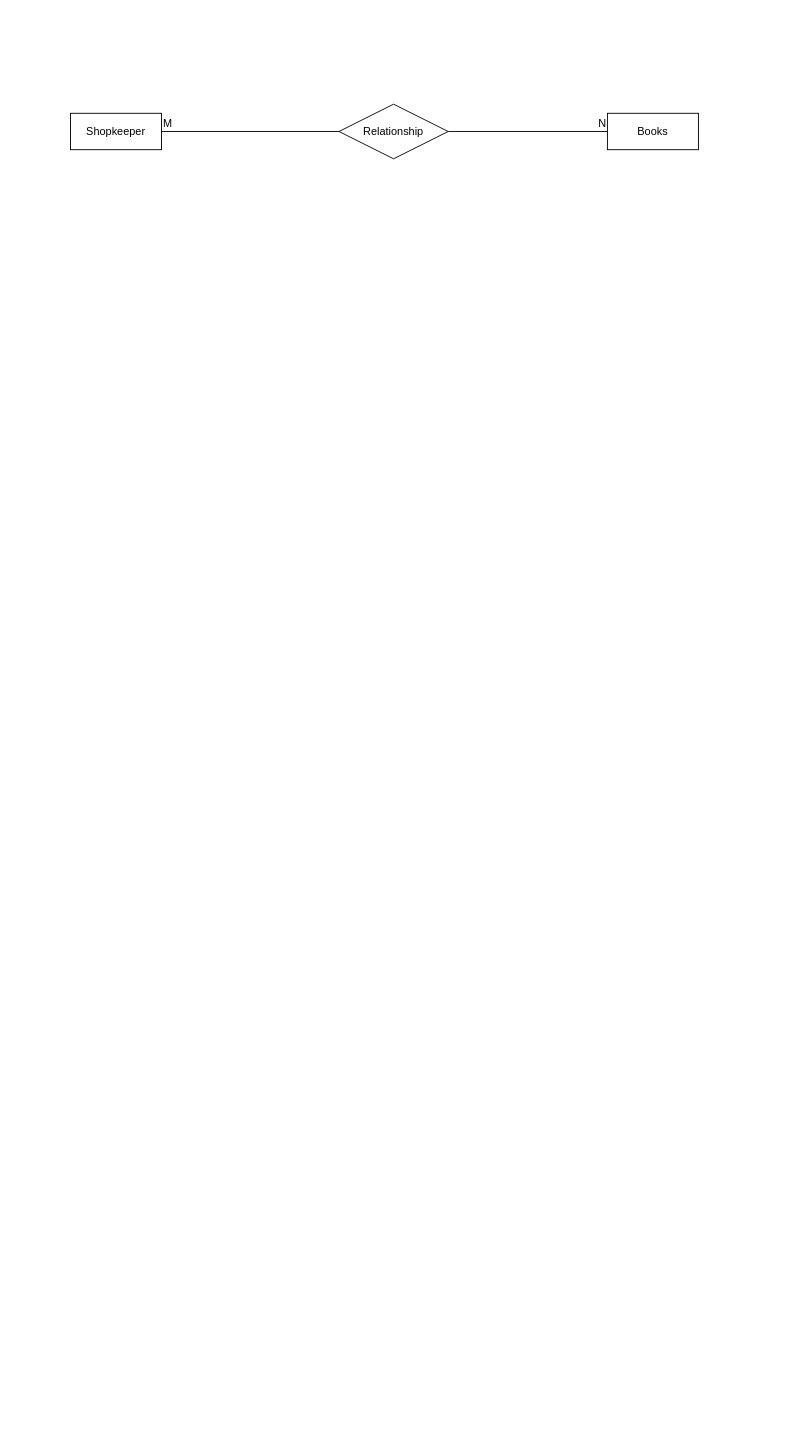
Before: Untitled Diagram.drawio in dhy-ani/dbms, a draw.io diagram. Source tidied: cells renumbered, new cells numbered last; positions are measured from the earlier drawing's top-left corner, leaving out a move shared by most shapes. Both pictures are drawn from the tidied source at 91%, with x=0, y=0 at pixel (70, 104).
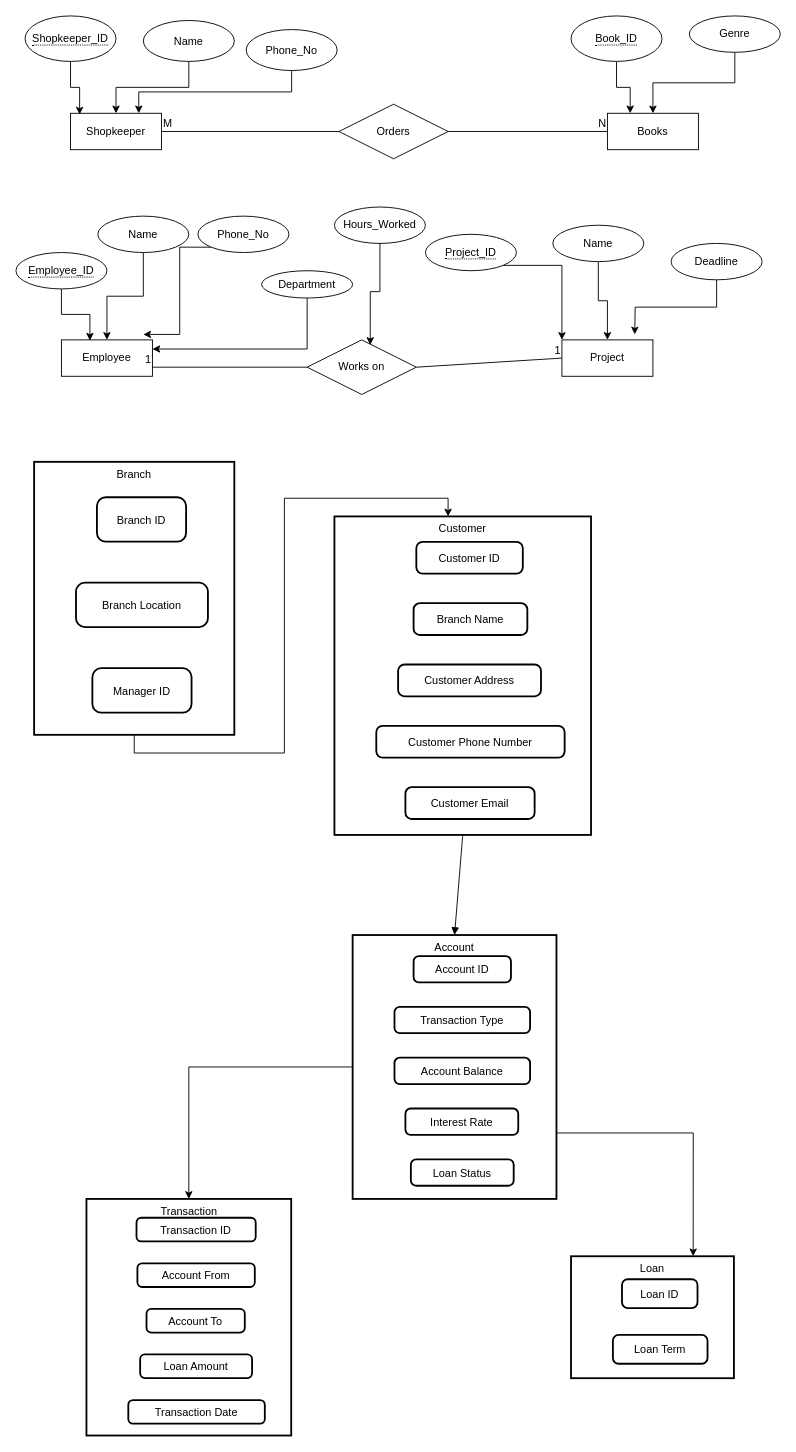
Above is the later version.

Unchanged cells that the change refers to:
```xml
<mxCell id="2" value="Shopkeeper" style="whiteSpace=wrap;html=1;align=center;" parent="1" vertex="1">
  <mxGeometry y="10" width="100" height="40" as="geometry" />
</mxCell>
<mxCell id="3" value="Books" style="whiteSpace=wrap;html=1;align=center;" parent="1" vertex="1">
  <mxGeometry x="590" y="10" width="100" height="40" as="geometry" />
</mxCell>
```

The edit, as a diff of the source:
```diff
@@
-    <mxCell id="8" value="Relationship" style="shape=rhombus;perimeter=rhombusPerimeter;whiteSpace=wrap;html=1;align=center;" parent="1" vertex="1">
+    <mxCell id="8" value="Orders" style="shape=rhombus;perimeter=rhombusPerimeter;whiteSpace=wrap;html=1;align=center;" parent="1" vertex="1">
       <mxGeometry x="295" width="120" height="60" as="geometry" />
     </mxCell>
+    <mxCell id="9" value="&lt;span style=&quot;border-bottom: 1px dotted&quot;&gt;Shopkeeper_ID&lt;/span&gt;" style="ellipse;whiteSpace=wrap;html=1;align=center;" parent="1" vertex="1">
+      <mxGeometry x="-50" y="-97" width="100" height="50" as="geometry" />
+    </mxCell>
+    <mxCell id="10" style="edgeStyle=orthogonalEdgeStyle;rounded=0;jettySize=auto;html=1;exitX=0.5;exitY=1;exitDx=0;exitDy=0;entryX=0.1;entryY=0.035;entryDx=0;entryDy=0;entryPerimeter=0;" parent="1" edge="1" source="9" target="2">
+      <mxGeometry relative="1" as="geometry" />
+    </mxCell>
+    <mxCell id="11" style="edgeStyle=orthogonalEdgeStyle;rounded=0;jettySize=auto;html=1;exitX=0.5;exitY=1;exitDx=0;exitDy=0;entryX=0.25;entryY=0;entryDx=0;entryDy=0;" parent="1" edge="1" source="12" target="3">
+      <mxGeometry relative="1" as="geometry" />
+    </mxCell>
+    <mxCell id="12" value="&lt;span style=&quot;border-bottom: 1px dotted&quot;&gt;Book_ID&lt;/span&gt;" style="ellipse;whiteSpace=wrap;html=1;align=center;" parent="1" vertex="1">
+      <mxGeometry x="550" y="-97" width="100" height="50" as="geometry" />
+    </mxCell>
+    <mxCell id="13" style="edgeStyle=orthogonalEdgeStyle;rounded=0;jettySize=auto;html=1;exitX=0.5;exitY=1;exitDx=0;exitDy=0;entryX=0.5;entryY=0;entryDx=0;entryDy=0;" parent="1" edge="1" source="14" target="2">
+      <mxGeometry relative="1" as="geometry" />
+    </mxCell>
+    <mxCell id="14" value="Name" style="ellipse;whiteSpace=wrap;html=1;align=center;" parent="1" vertex="1">
+      <mxGeometry x="80" y="-92" width="100" height="45" as="geometry" />
+    </mxCell>
+    <mxCell id="15" style="edgeStyle=orthogonalEdgeStyle;rounded=0;jettySize=auto;html=1;exitX=0.5;exitY=1;exitDx=0;exitDy=0;entryX=0.75;entryY=0;entryDx=0;entryDy=0;" parent="1" edge="1" source="16" target="2">
+      <mxGeometry relative="1" as="geometry" />
+    </mxCell>
+    <mxCell id="16" value="Phone_No" style="ellipse;whiteSpace=wrap;html=1;align=center;" parent="1" vertex="1">
+      <mxGeometry x="193" y="-82" width="100" height="45" as="geometry" />
+    </mxCell>
+    <mxCell id="17" style="edgeStyle=orthogonalEdgeStyle;rounded=0;jettySize=auto;html=1;exitX=0.5;exitY=1;exitDx=0;exitDy=0;" parent="1" edge="1" source="18" target="3">
+      <mxGeometry relative="1" as="geometry" />
+    </mxCell>
+    <mxCell id="18" value="Genre" style="ellipse;whiteSpace=wrap;html=1;align=center;" parent="1" vertex="1">
+      <mxGeometry x="680" y="-97" width="100" height="40" as="geometry" />
+    </mxCell>
+    <mxCell id="19" value="Employee" style="whiteSpace=wrap;html=1;align=center;" parent="1" vertex="1">
+      <mxGeometry x="-10" y="259" width="100" height="40" as="geometry" />
+    </mxCell>
+    <mxCell id="20" value="Project" style="whiteSpace=wrap;html=1;align=center;" parent="1" vertex="1">
+      <mxGeometry x="540" y="259" width="100" height="40" as="geometry" />
+    </mxCell>
+    <mxCell id="21" style="endArrow=none;html=1;rounded=0;exitX=1;exitY=0.5;exitDx=0;exitDy=0;entryX=0;entryY=0.5;entryDx=0;entryDy=0;" parent="1" edge="1" source="23" target="20">
+      <mxGeometry relative="1" as="geometry" />
+    </mxCell>
+    <mxCell id="22" value="1" style="html=1;whiteSpace=wrap;align=right;verticalAlign=bottom;" parent="21" vertex="1">
+      <mxGeometry x="1" relative="1" as="geometry" />
+    </mxCell>
+    <mxCell id="23" value="Works on" style="shape=rhombus;perimeter=rhombusPerimeter;whiteSpace=wrap;html=1;align=center;" parent="1" vertex="1">
+      <mxGeometry x="260" y="259" width="120" height="60" as="geometry" />
+    </mxCell>
+    <mxCell id="24" value="&lt;span style=&quot;border-bottom: 1px dotted&quot;&gt;Employee_ID&lt;/span&gt;" style="ellipse;whiteSpace=wrap;html=1;align=center;" parent="1" vertex="1">
+      <mxGeometry x="-60" y="163" width="100" height="40" as="geometry" />
+    </mxCell>
+    <mxCell id="25" style="edgeStyle=orthogonalEdgeStyle;rounded=0;jettySize=auto;html=1;exitX=1;exitY=1;exitDx=0;exitDy=0;entryX=0;entryY=0;entryDx=0;entryDy=0;" parent="1" edge="1" source="26" target="20">
+      <mxGeometry relative="1" as="geometry" />
+    </mxCell>
+    <mxCell id="26" value="&lt;span style=&quot;border-bottom: 1px dotted&quot;&gt;Project_ID&lt;/span&gt;" style="ellipse;whiteSpace=wrap;html=1;align=center;" parent="1" vertex="1">
+      <mxGeometry x="390" y="143" width="100" height="40" as="geometry" />
+    </mxCell>
+    <mxCell id="27" style="edgeStyle=orthogonalEdgeStyle;rounded=0;jettySize=auto;html=1;exitX=0.5;exitY=1;exitDx=0;exitDy=0;entryX=0.5;entryY=0;entryDx=0;entryDy=0;" parent="1" edge="1" source="28" target="19">
+      <mxGeometry relative="1" as="geometry" />
+    </mxCell>
+    <mxCell id="28" value="Name" style="ellipse;whiteSpace=wrap;html=1;align=center;" parent="1" vertex="1">
+      <mxGeometry x="30" y="123" width="100" height="40" as="geometry" />
+    </mxCell>
+    <mxCell id="29" style="edgeStyle=orthogonalEdgeStyle;rounded=0;jettySize=auto;html=1;exitX=0;exitY=1;exitDx=0;exitDy=0;" parent="1" edge="1" source="30">
+      <mxGeometry relative="1" as="geometry">
+        <mxPoint x="80" y="253" as="targetPoint" />
+        <Array as="points">
+          <mxPoint x="120" y="157" />
+          <mxPoint x="120" y="253" />
+        </Array>
+      </mxGeometry>
+    </mxCell>
+    <mxCell id="30" value="Phone_No" style="ellipse;whiteSpace=wrap;html=1;align=center;" parent="1" vertex="1">
+      <mxGeometry x="140" y="123" width="100" height="40" as="geometry" />
+    </mxCell>
+    <mxCell id="31" style="edgeStyle=orthogonalEdgeStyle;rounded=0;jettySize=auto;html=1;exitX=0.5;exitY=1;exitDx=0;exitDy=0;entryX=1;entryY=0.25;entryDx=0;entryDy=0;" parent="1" edge="1" source="32" target="19">
+      <mxGeometry relative="1" as="geometry" />
+    </mxCell>
+    <mxCell id="32" value="Department" style="ellipse;whiteSpace=wrap;html=1;align=center;" parent="1" vertex="1">
+      <mxGeometry x="210" y="183" width="100" height="30" as="geometry" />
+    </mxCell>
+    <mxCell id="33" style="edgeStyle=orthogonalEdgeStyle;rounded=0;jettySize=auto;html=1;" parent="1" edge="1" source="34" target="20">
+      <mxGeometry relative="1" as="geometry" />
+    </mxCell>
+    <mxCell id="34" value="Name" style="ellipse;whiteSpace=wrap;html=1;align=center;" parent="1" vertex="1">
+      <mxGeometry x="530" y="133" width="100" height="40" as="geometry" />
+    </mxCell>
+    <mxCell id="35" style="edgeStyle=orthogonalEdgeStyle;rounded=0;jettySize=auto;html=1;exitX=0.5;exitY=1;exitDx=0;exitDy=0;" parent="1" edge="1" source="36">
+      <mxGeometry relative="1" as="geometry">
+        <mxPoint x="620" y="253" as="targetPoint" />
+      </mxGeometry>
+    </mxCell>
+    <mxCell id="36" value="Deadline" style="ellipse;whiteSpace=wrap;html=1;align=center;" parent="1" vertex="1">
+      <mxGeometry x="660" y="153" width="100" height="40" as="geometry" />
+    </mxCell>
+    <mxCell id="37" value="Hours_Worked" style="ellipse;whiteSpace=wrap;html=1;align=center;" parent="1" vertex="1">
+      <mxGeometry x="290" y="113" width="100" height="40" as="geometry" />
+    </mxCell>
+    <mxCell id="38" style="edgeStyle=orthogonalEdgeStyle;rounded=0;jettySize=auto;html=1;exitX=0.5;exitY=1;exitDx=0;exitDy=0;entryX=0.578;entryY=0.092;entryDx=0;entryDy=0;entryPerimeter=0;" parent="1" edge="1" source="37" target="23">
+      <mxGeometry relative="1" as="geometry" />
+    </mxCell>
+    <mxCell id="39" value="Branch" style="whiteSpace=wrap;strokeWidth=2;verticalAlign=top;" parent="1" vertex="1">
+      <mxGeometry x="-40" y="393" width="220" height="300" as="geometry" />
+    </mxCell>
+    <mxCell id="40" value="Branch ID" style="rounded=1;arcSize=20;strokeWidth=2;" parent="39" vertex="1">
+      <mxGeometry x="69" y="38.9" width="98" height="48.8" as="geometry" />
+    </mxCell>
+    <mxCell id="41" value="Branch Location" style="rounded=1;arcSize=20;strokeWidth=2;" parent="39" vertex="1">
+      <mxGeometry x="46" y="132.8" width="145" height="48.8" as="geometry" />
+    </mxCell>
+    <mxCell id="42" value="Manager ID" style="rounded=1;arcSize=20;strokeWidth=2;" parent="39" vertex="1">
+      <mxGeometry x="64" y="226.8" width="109" height="48.8" as="geometry" />
+    </mxCell>
+    <mxCell id="43" value="Loan" style="whiteSpace=wrap;strokeWidth=2;verticalAlign=top;" parent="1" vertex="1">
+      <mxGeometry x="550" y="1266" width="179" height="134" as="geometry" />
+    </mxCell>
+    <mxCell id="44" value="Loan ID" style="rounded=1;arcSize=20;strokeWidth=2;" parent="43" vertex="1">
+      <mxGeometry x="56" y="25.3" width="83" height="31.7" as="geometry" />
+    </mxCell>
+    <mxCell id="45" value="Loan Term" style="rounded=1;arcSize=20;strokeWidth=2;" parent="43" vertex="1">
+      <mxGeometry x="46" y="86.4" width="104" height="31.7" as="geometry" />
+    </mxCell>
+    <mxCell id="46" value="Transaction" style="whiteSpace=wrap;strokeWidth=2;verticalAlign=top;" parent="1" vertex="1">
+      <mxGeometry x="17.5" y="1203" width="225" height="260" as="geometry" />
+    </mxCell>
+    <mxCell id="47" value="Transaction ID" style="rounded=1;arcSize=20;strokeWidth=2;" parent="46" vertex="1">
+      <mxGeometry x="55" y="20.7" width="131" height="26" as="geometry" />
+    </mxCell>
+    <mxCell id="48" value="Account From" style="rounded=1;arcSize=20;strokeWidth=2;" parent="46" vertex="1">
+      <mxGeometry x="56" y="70.8" width="129" height="26" as="geometry" />
+    </mxCell>
+    <mxCell id="49" value="Account To" style="rounded=1;arcSize=20;strokeWidth=2;" parent="46" vertex="1">
+      <mxGeometry x="66" y="120.9" width="108" height="26" as="geometry" />
+    </mxCell>
+    <mxCell id="50" value="Loan Amount" style="rounded=1;arcSize=20;strokeWidth=2;" parent="46" vertex="1">
+      <mxGeometry x="59" y="170.9" width="123" height="26" as="geometry" />
+    </mxCell>
+    <mxCell id="51" value="Transaction Date" style="rounded=1;arcSize=20;strokeWidth=2;" parent="46" vertex="1">
+      <mxGeometry x="46" y="221" width="150" height="26" as="geometry" />
+    </mxCell>
+    <mxCell id="52" style="edgeStyle=orthogonalEdgeStyle;rounded=0;jettySize=auto;html=1;exitX=0;exitY=0.5;exitDx=0;exitDy=0;entryX=0.5;entryY=0;entryDx=0;entryDy=0;" parent="1" edge="1" source="54" target="46">
+      <mxGeometry relative="1" as="geometry" />
+    </mxCell>
+    <mxCell id="53" style="edgeStyle=orthogonalEdgeStyle;rounded=0;jettySize=auto;html=1;exitX=1;exitY=0.75;exitDx=0;exitDy=0;entryX=0.75;entryY=0;entryDx=0;entryDy=0;" parent="1" edge="1" source="54" target="43">
+      <mxGeometry relative="1" as="geometry" />
+    </mxCell>
+    <mxCell id="54" value="Account" style="whiteSpace=wrap;strokeWidth=2;verticalAlign=top;" parent="1" vertex="1">
+      <mxGeometry x="310" y="913" width="224" height="290" as="geometry" />
+    </mxCell>
+    <mxCell id="55" value="Account ID" style="rounded=1;arcSize=20;strokeWidth=2;" parent="54" vertex="1">
+      <mxGeometry x="67" y="23.1" width="107" height="29" as="geometry" />
+    </mxCell>
+    <mxCell id="56" value="Transaction Type" style="rounded=1;arcSize=20;strokeWidth=2;" parent="54" vertex="1">
+      <mxGeometry x="46" y="78.9" width="149" height="29" as="geometry" />
+    </mxCell>
+    <mxCell id="57" value="Account Balance" style="rounded=1;arcSize=20;strokeWidth=2;" parent="54" vertex="1">
+      <mxGeometry x="46" y="134.8" width="149" height="29" as="geometry" />
+    </mxCell>
+    <mxCell id="58" value="Interest Rate" style="rounded=1;arcSize=20;strokeWidth=2;" parent="54" vertex="1">
+      <mxGeometry x="58" y="190.6" width="124" height="29" as="geometry" />
+    </mxCell>
+    <mxCell id="59" value="Loan Status" style="rounded=1;arcSize=20;strokeWidth=2;" parent="54" vertex="1">
+      <mxGeometry x="64" y="246.5" width="113" height="29" as="geometry" />
+    </mxCell>
+    <mxCell id="60" value="Customer" style="whiteSpace=wrap;strokeWidth=2;verticalAlign=top;" parent="1" vertex="1">
+      <mxGeometry x="290" y="453" width="282" height="350" as="geometry" />
+    </mxCell>
+    <mxCell id="61" value="Customer ID" style="rounded=1;arcSize=20;strokeWidth=2;" parent="60" vertex="1">
+      <mxGeometry x="90" y="27.9" width="117" height="35" as="geometry" />
+    </mxCell>
+    <mxCell id="62" value="Branch Name" style="rounded=1;arcSize=20;strokeWidth=2;" parent="60" vertex="1">
+      <mxGeometry x="87" y="95.3" width="125" height="35" as="geometry" />
+    </mxCell>
+    <mxCell id="63" value="Customer Address" style="rounded=1;arcSize=20;strokeWidth=2;" parent="60" vertex="1">
+      <mxGeometry x="70" y="162.7" width="157" height="35" as="geometry" />
+    </mxCell>
+    <mxCell id="64" value="Customer Phone Number" style="rounded=1;arcSize=20;strokeWidth=2;" parent="60" vertex="1">
+      <mxGeometry x="46" y="230.1" width="207" height="35" as="geometry" />
+    </mxCell>
+    <mxCell id="65" value="Customer Email" style="rounded=1;arcSize=20;strokeWidth=2;" parent="60" vertex="1">
+      <mxGeometry x="78" y="297.5" width="142" height="35" as="geometry" />
+    </mxCell>
+    <mxCell id="66" style="curved=1;startArrow=none;endArrow=block;exitX=0.5;exitY=1;entryX=0.5;entryY=0;rounded=0;" parent="1" edge="1" source="60" target="54">
+      <mxGeometry relative="1" as="geometry" />
+    </mxCell>
+    <mxCell id="67" style="edgeStyle=orthogonalEdgeStyle;rounded=0;jettySize=auto;html=1;exitX=0.5;exitY=1;exitDx=0;exitDy=0;entryX=0.313;entryY=0.021;entryDx=0;entryDy=0;entryPerimeter=0;" parent="1" edge="1" source="24" target="19">
+      <mxGeometry relative="1" as="geometry" />
+    </mxCell>
+    <mxCell id="68" style="endArrow=none;html=1;rounded=0;exitX=0;exitY=0.5;exitDx=0;exitDy=0;entryX=1;entryY=0.75;entryDx=0;entryDy=0;" parent="1" edge="1" source="23" target="19">
+      <mxGeometry relative="1" as="geometry" />
+    </mxCell>
+    <mxCell id="69" value="1" style="html=1;whiteSpace=wrap;align=right;verticalAlign=bottom;" parent="68" vertex="1">
+      <mxGeometry x="1" relative="1" as="geometry" />
+    </mxCell>
+    <mxCell id="70" style="edgeStyle=orthogonalEdgeStyle;rounded=0;jettySize=auto;html=1;exitX=0.5;exitY=1;exitDx=0;exitDy=0;entryX=0.443;entryY=0;entryDx=0;entryDy=0;entryPerimeter=0;" parent="1" edge="1" source="39" target="60">
+      <mxGeometry relative="1" as="geometry" />
+    </mxCell>
```
